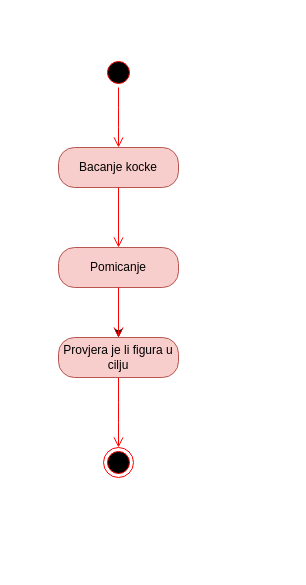
The draw.io diagram page "Activity: Micanje figure" (5 of 6) of dijagram.drawio in andjelapehar/Covjece-ne-ljuti-se, before the edit. Source tidied: cells renumbered, new cells numbered last; positions are measured from the earlier drawing's top-left corner, leaving out a move shared by most shapes. Both pictures are drawn from the tidied source at 100%, with x=0, y=0 at pixel (58, 57).
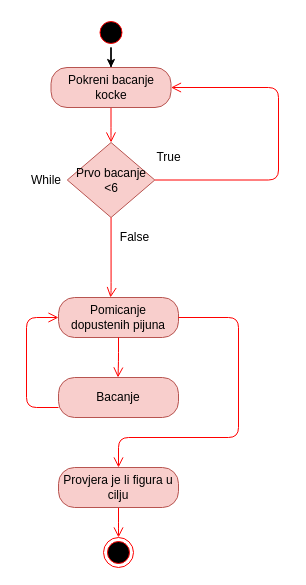
Above is the later version.

What changed in the source:
```diff
@@
+    <mxCell id="12" style="edgeStyle=orthogonalEdgeStyle;rounded=0;jettySize=auto;html=1;" parent="1" edge="1" source="2" target="20">
+      <mxGeometry relative="1" as="geometry" />
+    </mxCell>
     <mxCell id="2" style="ellipse;html=1;shape=startState;fillColor=#000000;strokeColor=#ff0000;" parent="1" vertex="1">
-      <mxGeometry x="45" width="30" height="30" as="geometry" />
+      <mxGeometry x="37.5" y="-40" width="30" height="30" as="geometry" />
     </mxCell>
-    <mxCell id="3" style="edgeStyle=orthogonalEdgeStyle;html=1;verticalAlign=bottom;endArrow=open;endSize=8;strokeColor=#ff0000;" parent="1" edge="1" source="2">
-      <mxGeometry relative="1" as="geometry">
-        <mxPoint x="60" y="90" as="targetPoint" />
-      </mxGeometry>
-    </mxCell>
-    <mxCell id="4" value="Bacanje kocke" style="rounded=1;whiteSpace=wrap;html=1;arcSize=40;fillColor=#f8cecc;strokeColor=#b85450;" parent="1" vertex="1">
-      <mxGeometry y="90" width="120" height="40" as="geometry" />
-    </mxCell>
-    <mxCell id="5" style="edgeStyle=orthogonalEdgeStyle;html=1;verticalAlign=bottom;endArrow=open;endSize=8;strokeColor=#ff0000;" parent="1" edge="1" source="4" target="7">
-      <mxGeometry relative="1" as="geometry" />
-    </mxCell>
-    <mxCell id="6" style="edgeStyle=orthogonalEdgeStyle;rounded=0;jettySize=auto;html=1;" parent="1" edge="1" source="7" target="10">
-      <mxGeometry relative="1" as="geometry" />
-    </mxCell>
-    <mxCell id="7" value="Pomicanje" style="rounded=1;whiteSpace=wrap;html=1;arcSize=40;fillColor=#f8cecc;strokeColor=#b85450;" parent="1" vertex="1">
-      <mxGeometry y="190" width="120" height="40" as="geometry" />
+    <mxCell id="7" value="Pomicanje dopustenih pijuna" style="rounded=1;whiteSpace=wrap;html=1;arcSize=40;fillColor=#f8cecc;strokeColor=#b85450;" parent="1" vertex="1">
+      <mxGeometry y="240" width="120" height="40" as="geometry" />
     </mxCell>
     <mxCell id="8" style="edgeStyle=orthogonalEdgeStyle;html=1;verticalAlign=bottom;endArrow=open;endSize=8;strokeColor=#ff0000;" parent="1" edge="1" source="10">
       <mxGeometry relative="1" as="geometry">
-        <mxPoint x="60" y="390" as="targetPoint" />
+        <mxPoint x="60" y="480" as="targetPoint" />
       </mxGeometry>
     </mxCell>
     <mxCell id="9" style="ellipse;html=1;shape=endState;fillColor=#000000;strokeColor=#ff0000;" parent="1" vertex="1">
-      <mxGeometry x="45" y="390" width="30" height="30" as="geometry" />
+      <mxGeometry x="45" y="480" width="30" height="30" as="geometry" />
     </mxCell>
     <mxCell id="10" value="Provjera je li figura u cilju" style="rounded=1;whiteSpace=wrap;html=1;arcSize=40;fillColor=#f8cecc;strokeColor=#b85450;" parent="1" vertex="1">
-      <mxGeometry y="280" width="120" height="40" as="geometry" />
+      <mxGeometry y="410" width="120" height="40" as="geometry" />
     </mxCell>
-    <mxCell id="11" style="edgeStyle=orthogonalEdgeStyle;html=1;verticalAlign=bottom;endArrow=open;endSize=8;strokeColor=#ff0000;" parent="1" edge="1" source="7" target="10">
-      <mxGeometry relative="1" as="geometry" />
-    </mxCell>
+    <mxCell id="13" value="Bacanje" style="rounded=1;whiteSpace=wrap;html=1;arcSize=40;fillColor=#f8cecc;strokeColor=#b85450;" parent="1" vertex="1">
+      <mxGeometry y="320" width="120" height="40" as="geometry" />
+    </mxCell>
+    <mxCell id="14" style="edgeStyle=orthogonalEdgeStyle;html=1;verticalAlign=bottom;endArrow=open;endSize=8;strokeColor=#ff0000;exitX=0;exitY=0.75;exitDx=0;exitDy=0;entryX=0;entryY=0.5;entryDx=0;entryDy=0;" parent="1" edge="1" source="13" target="7">
+      <mxGeometry relative="1" as="geometry">
+        <Array as="points">
+          <mxPoint x="-32" y="350" />
+          <mxPoint x="-32" y="260" />
+        </Array>
+      </mxGeometry>
+    </mxCell>
+    <mxCell id="15" style="edgeStyle=orthogonalEdgeStyle;html=1;verticalAlign=bottom;endArrow=open;endSize=8;strokeColor=#ff0000;exitX=0.5;exitY=1;exitDx=0;exitDy=0;" parent="1" edge="1" source="7">
+      <mxGeometry relative="1" as="geometry">
+        <mxPoint x="59.5" y="320" as="targetPoint" />
+        <Array as="points">
+          <mxPoint x="60" y="305" />
+        </Array>
+      </mxGeometry>
+    </mxCell>
+    <mxCell id="16" style="edgeStyle=orthogonalEdgeStyle;html=1;verticalAlign=bottom;endArrow=open;endSize=8;strokeColor=#ff0000;exitX=0.5;exitY=0;exitDx=0;exitDy=0;entryX=1;entryY=0.5;entryDx=0;entryDy=0;" parent="1" edge="1" source="18" target="20">
+      <mxGeometry relative="1" as="geometry">
+        <Array as="points">
+          <mxPoint x="220" y="123" />
+          <mxPoint x="220" y="30" />
+        </Array>
+      </mxGeometry>
+    </mxCell>
+    <mxCell id="17" style="edgeStyle=orthogonalEdgeStyle;html=1;verticalAlign=bottom;endArrow=open;endSize=8;strokeColor=#ff0000;exitX=0.5;exitY=1;exitDx=0;exitDy=0;entryX=0;entryY=0.5;entryDx=0;entryDy=0;" parent="1" edge="1" source="20" target="18">
+      <mxGeometry relative="1" as="geometry">
+        <Array as="points">
+          <mxPoint x="53" y="80" />
+        </Array>
+      </mxGeometry>
+    </mxCell>
+    <mxCell id="18" value="Prvo bacanje &amp;lt;6" style="rhombus;whiteSpace=wrap;html=1;fillColor=#f8cecc;strokeColor=#b85450;direction=south;" parent="1" vertex="1">
+      <mxGeometry x="8.8" y="85" width="87.5" height="75" as="geometry" />
+    </mxCell>
+    <mxCell id="19" value="While" style="text;html=1;strokeColor=none;fillColor=none;align=center;verticalAlign=middle;whiteSpace=wrap;rounded=0;" parent="1" vertex="1">
+      <mxGeometry x="-32.5" y="112.5" width="40" height="20" as="geometry" />
+    </mxCell>
+    <mxCell id="20" value="Pokreni bacanje kocke" style="rounded=1;whiteSpace=wrap;html=1;arcSize=40;fillColor=#f8cecc;strokeColor=#b85450;" parent="1" vertex="1">
+      <mxGeometry x="-7.5" y="10" width="120" height="40" as="geometry" />
+    </mxCell>
+    <mxCell id="21" value="True" style="text;html=1;align=center;verticalAlign=middle;" parent="1" vertex="1">
+      <mxGeometry x="90" y="90" width="40" height="20" as="geometry" />
+    </mxCell>
+    <mxCell id="22" style="edgeStyle=orthogonalEdgeStyle;html=1;verticalAlign=bottom;endArrow=open;endSize=8;strokeColor=#ff0000;exitX=1;exitY=0.5;exitDx=0;exitDy=0;entryX=0;entryY=0.5;entryDx=0;entryDy=0;" parent="1" edge="1" source="18">
+      <mxGeometry relative="1" as="geometry">
+        <mxPoint x="52" y="240" as="targetPoint" />
+        <Array as="points">
+          <mxPoint x="53" y="235" />
+        </Array>
+      </mxGeometry>
+    </mxCell>
+    <mxCell id="23" value="False" style="text;html=1;align=center;verticalAlign=middle;" parent="1" vertex="1">
+      <mxGeometry x="56.2" y="170" width="40" height="20" as="geometry" />
+    </mxCell>
+    <mxCell id="24" style="edgeStyle=orthogonalEdgeStyle;html=1;verticalAlign=bottom;endArrow=open;endSize=8;strokeColor=#ff0000;exitX=1;exitY=0.5;exitDx=0;exitDy=0;entryX=0.5;entryY=0;entryDx=0;entryDy=0;" parent="1" edge="1" source="7" target="10">
+      <mxGeometry relative="1" as="geometry">
+        <Array as="points">
+          <mxPoint x="180" y="260" />
+          <mxPoint x="180" y="380" />
+          <mxPoint x="60" y="380" />
+        </Array>
+      </mxGeometry>
+    </mxCell>
```
